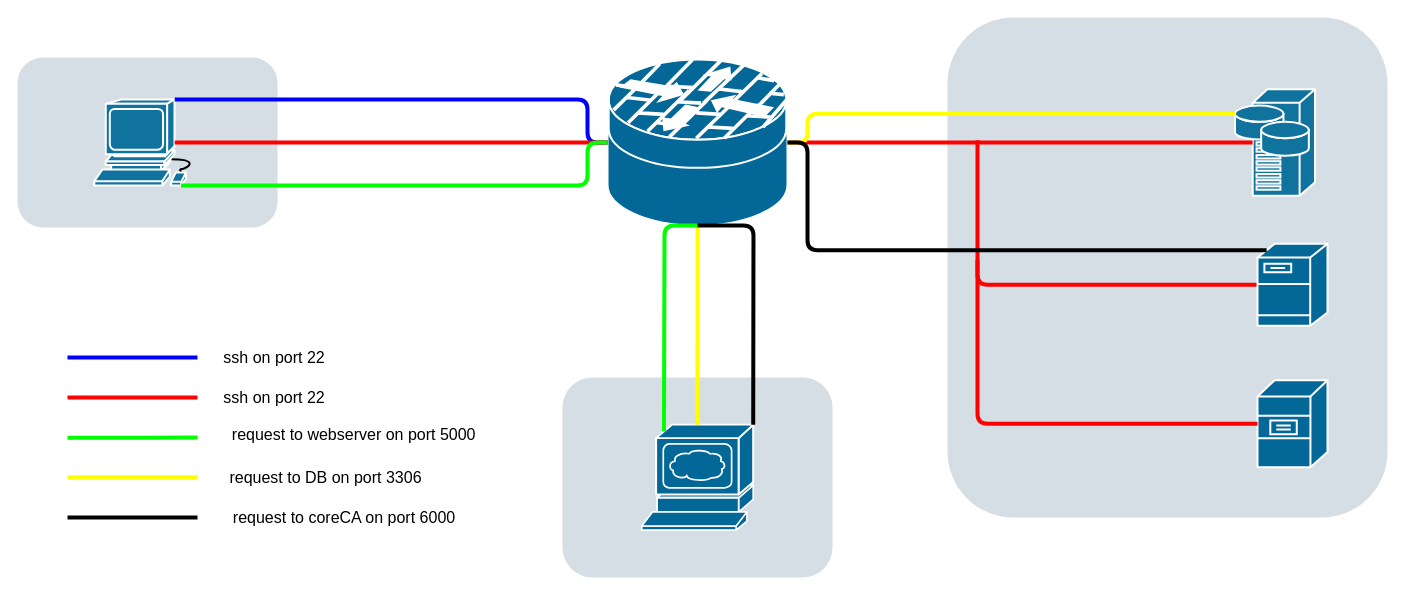
The draw.io diagram firewall_conn_diagram.drawio in appseclabepfl/project, before the edit. Source tidied: cells renumbered, new cells numbered last; positions are measured from the earlier drawing's top-left corner, leaving out a move shared by most shapes. Both pictures are drawn from the tidied source at 100%, with x=0, y=0 at pixel (17, 17).
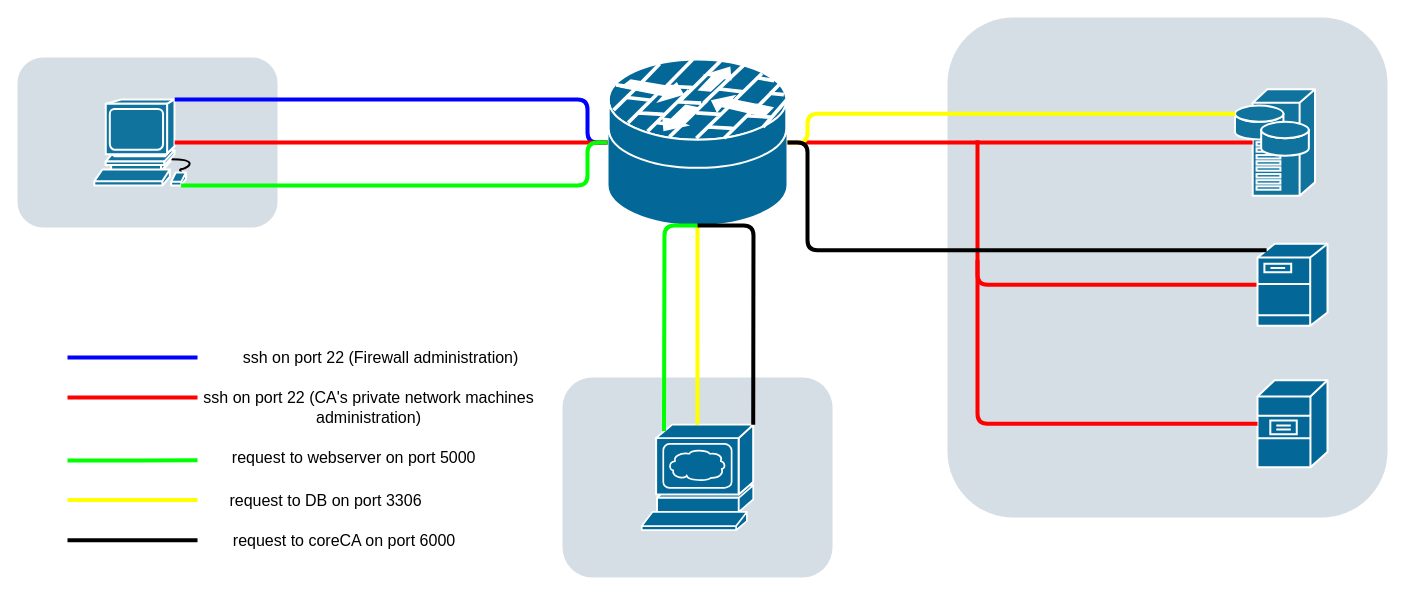
After the change.

Commit message (it also covers changes not shown here):
Updated firewall diagram

Change to the diagram source:
```diff
@@
     <mxCell id="24" style="edgeStyle=elbowEdgeStyle;elbow=horizontal;endArrow=none;html=1;endFill=0;strokeWidth=4;rounded=1;fontColor=#FF0000;fillColor=#e3c800;exitX=0.815;exitY=1;exitDx=0;exitDy=0;strokeColor=#00ff00;exitPerimeter=0;" parent="1" edge="1">
       <mxGeometry relative="1" as="geometry">
-        <mxPoint x="50" y="420.2" as="sourcePoint" />
-        <mxPoint x="180" y="420" as="targetPoint" />
+        <mxPoint x="50" y="443" as="sourcePoint" />
+        <mxPoint x="180" y="442.8" as="targetPoint" />
       </mxGeometry>
     </mxCell>
     <mxCell id="25" style="edgeStyle=elbowEdgeStyle;elbow=horizontal;endArrow=none;html=1;endFill=0;strokeWidth=4;rounded=1;fontColor=#FF0000;fillColor=#cdeb8b;entryX=0.5;entryY=1;entryDx=0;entryDy=0;entryPerimeter=0;strokeColor=#FFFF00;" parent="1" edge="1">
       <mxGeometry relative="1" as="geometry">
-        <mxPoint x="180" y="459.7" as="sourcePoint" />
-        <mxPoint x="50" y="459.4" as="targetPoint" />
+        <mxPoint x="180" y="482.4" as="sourcePoint" />
+        <mxPoint x="50" y="482.2" as="targetPoint" />
         <Array as="points">
-          <mxPoint x="50" y="581.4" />
-          <mxPoint x="20" y="541.4" />
-          <mxPoint x="10" y="561.4" />
-          <mxPoint x="50" y="571.4" />
-          <mxPoint x="70" y="581.4" />
+          <mxPoint x="50" y="604.2" />
+          <mxPoint x="20" y="564.2" />
+          <mxPoint x="10" y="584.2" />
+          <mxPoint x="50" y="594.2" />
+          <mxPoint x="70" y="604.2" />
         </Array>
       </mxGeometry>
     </mxCell>
     <mxCell id="26" style="edgeStyle=elbowEdgeStyle;elbow=horizontal;endArrow=none;html=1;endFill=0;strokeWidth=4;rounded=1;fontColor=#FF0000;entryX=1;entryY=0.5;entryDx=0;entryDy=0;entryPerimeter=0;" parent="1" edge="1">
       <mxGeometry relative="1" as="geometry">
-        <mxPoint x="180" y="500" as="sourcePoint" />
-        <mxPoint x="50" y="500" as="targetPoint" />
+        <mxPoint x="180" y="522.8" as="sourcePoint" />
+        <mxPoint x="50" y="522.8" as="targetPoint" />
         <Array as="points">
-          <mxPoint x="70" y="535" />
-          <mxPoint x="90" y="797" />
-          <mxPoint x="60" y="757" />
-          <mxPoint x="50" y="777" />
-          <mxPoint x="90" y="787" />
-          <mxPoint x="110" y="797" />
+          <mxPoint x="70" y="557.8" />
+          <mxPoint x="90" y="819.8" />
+          <mxPoint x="60" y="779.8" />
+          <mxPoint x="50" y="799.8" />
+          <mxPoint x="90" y="809.8" />
+          <mxPoint x="110" y="819.8" />
         </Array>
       </mxGeometry>
     </mxCell>
-    <mxCell id="27" value="&lt;font style=&quot;font-size: 16px&quot;&gt;ssh on port 22&lt;/font&gt;" style="text;html=1;strokeColor=none;fillColor=none;align=center;verticalAlign=middle;whiteSpace=wrap;rounded=0;" parent="1" vertex="1">
-      <mxGeometry x="197" y="330" width="120" height="20" as="geometry" />
+    <mxCell id="27" value="&lt;font style=&quot;font-size: 16px&quot;&gt;ssh on port 22 (Firewall administration)&lt;br&gt;&lt;/font&gt;" style="text;html=1;strokeColor=none;fillColor=none;align=center;verticalAlign=middle;whiteSpace=wrap;rounded=0;" parent="1" vertex="1">
+      <mxGeometry x="197" y="330" width="333" height="20" as="geometry" />
     </mxCell>
-    <mxCell id="28" value="&lt;font style=&quot;font-size: 16px&quot;&gt;ssh on port 22&lt;/font&gt;" style="text;html=1;strokeColor=none;fillColor=none;align=center;verticalAlign=middle;whiteSpace=wrap;rounded=0;" parent="1" vertex="1">
-      <mxGeometry x="197" y="370" width="120" height="20" as="geometry" />
+    <mxCell id="28" value="&lt;font style=&quot;font-size: 16px&quot;&gt;ssh on port 22&lt;/font&gt;&lt;font style=&quot;font-size: 16px&quot;&gt; (CA's private network machines administration)&lt;/font&gt;" style="text;html=1;strokeColor=none;fillColor=none;align=center;verticalAlign=middle;whiteSpace=wrap;rounded=0;" parent="1" vertex="1">
+      <mxGeometry x="180" y="380" width="343" height="20" as="geometry" />
     </mxCell>
     <mxCell id="29" value="&amp;nbsp;&lt;font style=&quot;font-size: 16px&quot;&gt;request to webserver on port 5000&lt;/font&gt;" style="text;html=1;strokeColor=none;fillColor=none;align=center;verticalAlign=middle;whiteSpace=wrap;rounded=0;" parent="1" vertex="1">
-      <mxGeometry x="190" y="407.2" width="290" height="20" as="geometry" />
+      <mxGeometry x="190" y="430" width="290" height="20" as="geometry" />
     </mxCell>
     <mxCell id="30" value="&lt;font style=&quot;font-size: 16px&quot;&gt;request to DB on port 3306&lt;/font&gt;" style="text;html=1;strokeColor=none;fillColor=none;align=center;verticalAlign=middle;whiteSpace=wrap;rounded=0;" parent="1" vertex="1">
-      <mxGeometry x="190" y="450" width="236.8" height="20" as="geometry" />
+      <mxGeometry x="190" y="472.8" width="236.8" height="20" as="geometry" />
     </mxCell>
     <mxCell id="31" value="&lt;div style=&quot;font-size: 16px&quot;&gt;&lt;font style=&quot;font-size: 16px&quot;&gt;request to coreCA on port 6000&lt;/font&gt;&lt;/div&gt;" style="text;html=1;strokeColor=none;fillColor=none;align=center;verticalAlign=middle;whiteSpace=wrap;rounded=0;" parent="1" vertex="1">
-      <mxGeometry x="197" y="490" width="260" height="20" as="geometry" />
+      <mxGeometry x="197" y="512.8" width="260" height="20" as="geometry" />
     </mxCell>
```
